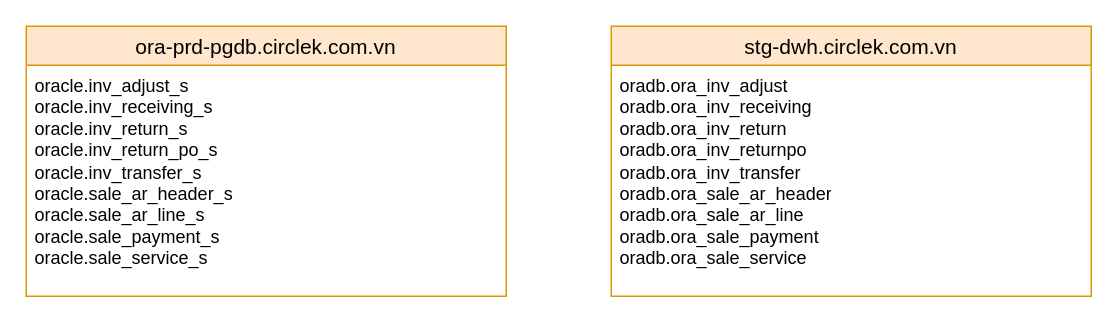
This is page "Page-3" (3 of 3) of Data links.drawio from phongdd/CK-Flows, a draw.io file, before an edit. Source tidied: cells renumbered, new cells numbered last; positions are measured from the earlier drawing's top-left corner, leaving out a move shared by most shapes. Both pictures are drawn from the tidied source at 150%, with x=0, y=0 at pixel (26, 26).
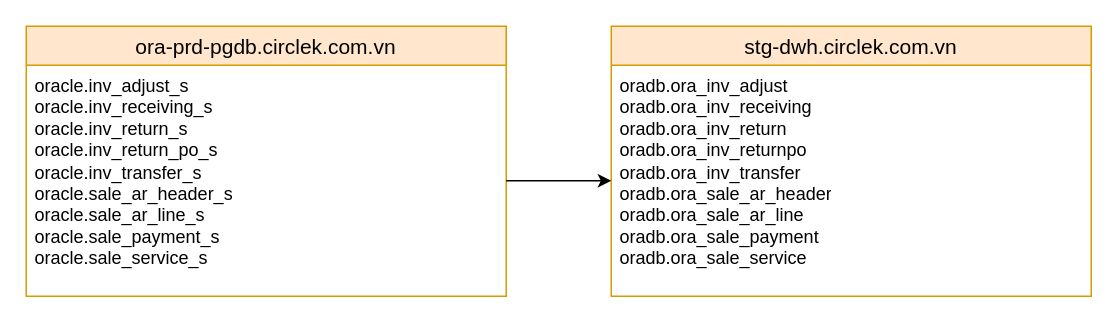
After the change.

Change to the diagram source:
```diff
@@
 <mxGraphModel>
   <root>
     <mxCell id="0" />
     <mxCell id="1" parent="0" />
     <mxCell id="2" value="ora-prd-pgdb.circlek.com.vn" style="swimlane;fontStyle=0;horizontal=1;startSize=26;align=center;fontSize=14;fillColor=#ffe6cc;strokeColor=#d79b00;" parent="1" vertex="1">
       <mxGeometry width="320" height="180" as="geometry" />
     </mxCell>
     <mxCell id="3" value="&lt;div&gt;oracle.inv_adjust_s&lt;/div&gt;&lt;div&gt;oracle.inv_receiving_s&lt;/div&gt;&lt;div&gt;oracle.inv_return_s&lt;/div&gt;&lt;div&gt;oracle.inv_return_po_s&lt;/div&gt;&lt;div&gt;oracle.inv_transfer_s&lt;/div&gt;&lt;div&gt;oracle.sale_ar_header_s&lt;/div&gt;&lt;div&gt;oracle.sale_ar_line_s&lt;/div&gt;&lt;div&gt;oracle.sale_payment_s&lt;/div&gt;&lt;div&gt;oracle.sale_service_s&lt;/div&gt;" style="text;strokeColor=none;fillColor=none;spacingLeft=4;spacingRight=4;overflow=hidden;points=[[0,0.5],[1,0.5]];portConstraint=eastwest;fontSize=12;whiteSpace=wrap;html=1;" parent="2" vertex="1">
       <mxGeometry y="26" width="320" height="154" as="geometry" />
     </mxCell>
     <mxCell id="4" value="stg-dwh.circlek.com.vn" style="swimlane;fontStyle=0;horizontal=1;startSize=26;align=center;fontSize=14;fillColor=#ffe6cc;strokeColor=#d79b00;" parent="1" vertex="1">
       <mxGeometry x="390" width="320" height="180" as="geometry" />
     </mxCell>
     <mxCell id="5" value="&lt;div&gt;oradb.ora_inv_adjust&lt;/div&gt;&lt;div&gt;oradb.ora_inv_receiving&lt;/div&gt;&lt;div&gt;oradb.ora_inv_return&lt;/div&gt;&lt;div&gt;oradb.ora_inv_returnpo&lt;/div&gt;&lt;div&gt;oradb.ora_inv_transfer&lt;/div&gt;&lt;div&gt;oradb.ora_sale_ar_header&lt;/div&gt;&lt;div&gt;oradb.ora_sale_ar_line&lt;/div&gt;&lt;div&gt;oradb.ora_sale_payment&lt;/div&gt;&lt;div&gt;oradb.ora_sale_service&lt;/div&gt;" style="text;strokeColor=none;fillColor=none;spacingLeft=4;spacingRight=4;overflow=hidden;points=[[0,0.5],[1,0.5]];portConstraint=eastwest;fontSize=12;whiteSpace=wrap;html=1;" parent="4" vertex="1">
       <mxGeometry y="26" width="320" height="154" as="geometry" />
     </mxCell>
+    <mxCell id="6" style="edgeStyle=orthogonalEdgeStyle;rounded=0;jettySize=auto;html=1;entryX=0;entryY=0.5;entryDx=0;entryDy=0;" parent="1" edge="1" source="3" target="5">
+      <mxGeometry relative="1" as="geometry" />
+    </mxCell>
   </root>
 </mxGraphModel>
```
